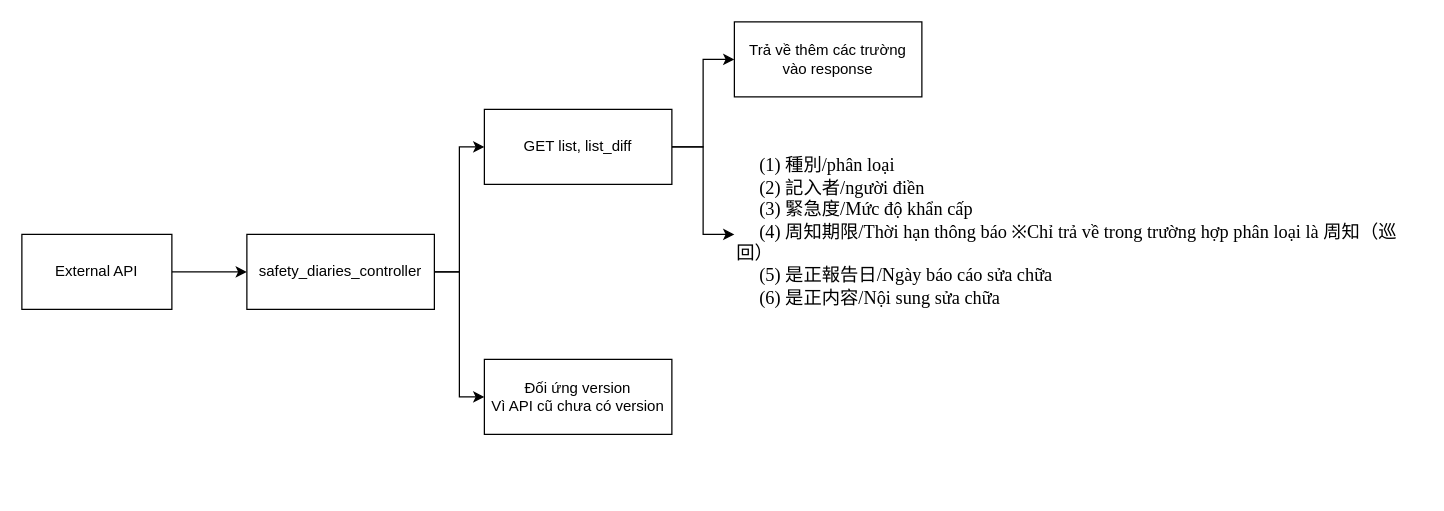
hoangpn256/diagram keeps this draw.io diagram as page "A-965" (3 of 10) of Spec tháng 7.drawio. Above is the earlier version. Source tidied: cells renumbered, new cells numbered last; positions are measured from the earlier drawing's top-left corner, leaving out a move shared by most shapes. Both pictures are drawn from the tidied source at 125%, with x=0, y=0 at pixel (21, 21).
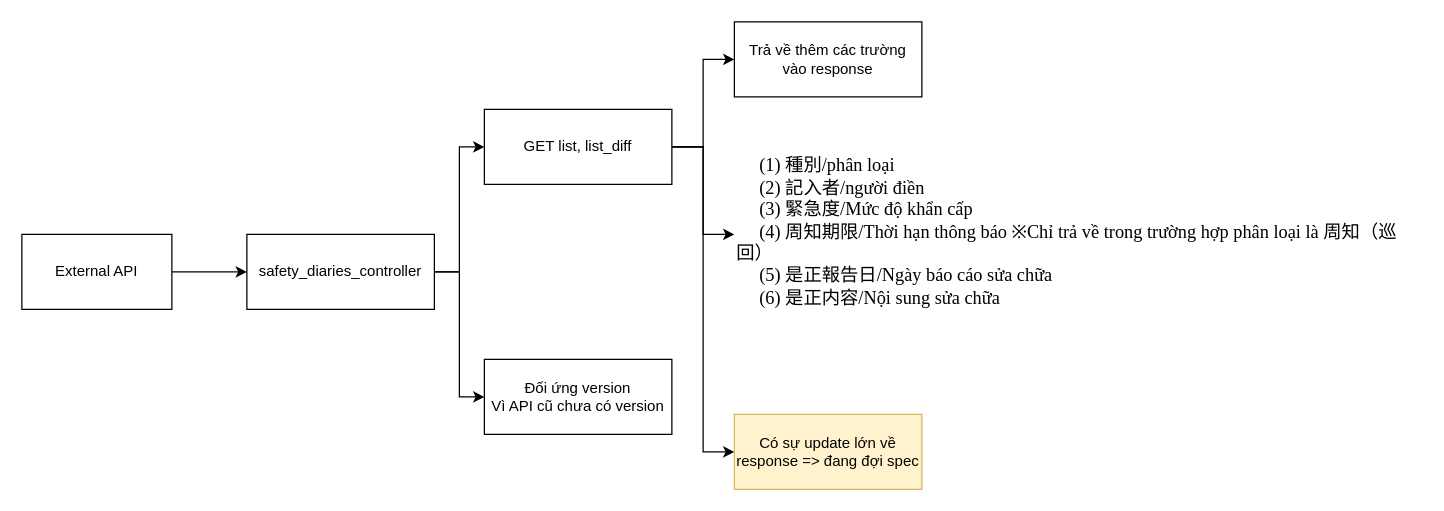
The same page after the edit.

Change to the diagram source:
```diff
@@
 <mxGraphModel>
   <root>
     <mxCell id="0" />
     <mxCell id="1" parent="0" />
     <mxCell id="2" style="edgeStyle=orthogonalEdgeStyle;rounded=0;jettySize=auto;html=1;exitX=1;exitY=0.5;exitDx=0;exitDy=0;entryX=0;entryY=0.5;entryDx=0;entryDy=0;" parent="1" edge="1" source="3" target="6">
       <mxGeometry relative="1" as="geometry" />
     </mxCell>
     <mxCell id="3" value="External API" style="rounded=0;whiteSpace=wrap;html=1;" parent="1" vertex="1">
       <mxGeometry y="170" width="120" height="60" as="geometry" />
     </mxCell>
     <mxCell id="4" style="edgeStyle=orthogonalEdgeStyle;rounded=0;jettySize=auto;html=1;exitX=1;exitY=0.5;exitDx=0;exitDy=0;entryX=0;entryY=0.5;entryDx=0;entryDy=0;" parent="1" edge="1" source="6" target="9">
       <mxGeometry relative="1" as="geometry" />
     </mxCell>
     <mxCell id="5" style="edgeStyle=orthogonalEdgeStyle;rounded=0;jettySize=auto;html=1;exitX=1;exitY=0.5;exitDx=0;exitDy=0;entryX=0;entryY=0.5;entryDx=0;entryDy=0;" parent="1" edge="1" source="6" target="12">
       <mxGeometry relative="1" as="geometry" />
     </mxCell>
     <mxCell id="6" value="safety_diaries_controller" style="rounded=0;whiteSpace=wrap;html=1;" parent="1" vertex="1">
       <mxGeometry x="180" y="170" width="150" height="60" as="geometry" />
     </mxCell>
     <mxCell id="7" style="edgeStyle=orthogonalEdgeStyle;rounded=0;jettySize=auto;html=1;exitX=1;exitY=0.5;exitDx=0;exitDy=0;entryX=0;entryY=0.5;entryDx=0;entryDy=0;" parent="1" edge="1" source="9" target="10">
       <mxGeometry relative="1" as="geometry" />
     </mxCell>
     <mxCell id="8" style="edgeStyle=orthogonalEdgeStyle;rounded=0;jettySize=auto;html=1;exitX=1;exitY=0.5;exitDx=0;exitDy=0;entryX=0;entryY=0.5;entryDx=0;entryDy=0;" parent="1" edge="1" source="9" target="11">
       <mxGeometry relative="1" as="geometry" />
     </mxCell>
+    <mxCell id="13" style="edgeStyle=orthogonalEdgeStyle;rounded=0;jettySize=auto;html=1;exitX=1;exitY=0.5;exitDx=0;exitDy=0;entryX=0;entryY=0.5;entryDx=0;entryDy=0;" parent="1" edge="1" source="9" target="14">
+      <mxGeometry relative="1" as="geometry" />
+    </mxCell>
     <mxCell id="9" value="GET list, list_diff" style="rounded=0;whiteSpace=wrap;html=1;" parent="1" vertex="1">
       <mxGeometry x="370" y="70" width="150" height="60" as="geometry" />
     </mxCell>
     <mxCell id="10" value="Trả về thêm các trường vào response" style="rounded=0;whiteSpace=wrap;html=1;" parent="1" vertex="1">
       <mxGeometry x="570" width="150" height="60" as="geometry" />
     </mxCell>
     <mxCell id="11" value="&lt;div style=&quot;color: rgb(0, 0, 0); font-family: &amp;quot;Times New Roman&amp;quot;; font-size: 14.6667px; font-style: normal; font-variant-ligatures: normal; font-variant-caps: normal; font-weight: 400; letter-spacing: normal; orphans: 2; text-align: start; text-indent: 0px; text-transform: none; widows: 2; word-spacing: 0px; -webkit-text-stroke-width: 0px; background-color: rgb(255, 255, 255); text-decoration-thickness: initial; text-decoration-style: initial; text-decoration-color: initial;&quot; class=&quot;ewa-rteLine&quot;&gt;　 (1) 種別/phân loại&lt;/div&gt;&lt;div style=&quot;color: rgb(0, 0, 0); font-family: &amp;quot;Times New Roman&amp;quot;; font-size: 14.6667px; font-style: normal; font-variant-ligatures: normal; font-variant-caps: normal; font-weight: 400; letter-spacing: normal; orphans: 2; text-align: start; text-indent: 0px; text-transform: none; widows: 2; word-spacing: 0px; -webkit-text-stroke-width: 0px; background-color: rgb(255, 255, 255); text-decoration-thickness: initial; text-decoration-style: initial; text-decoration-color: initial;&quot; class=&quot;ewa-rteLine&quot;&gt;　 (2) 記入者/người điền&lt;/div&gt;&lt;div style=&quot;color: rgb(0, 0, 0); font-family: &amp;quot;Times New Roman&amp;quot;; font-size: 14.6667px; font-style: normal; font-variant-ligatures: normal; font-variant-caps: normal; font-weight: 400; letter-spacing: normal; orphans: 2; text-align: start; text-indent: 0px; text-transform: none; widows: 2; word-spacing: 0px; -webkit-text-stroke-width: 0px; background-color: rgb(255, 255, 255); text-decoration-thickness: initial; text-decoration-style: initial; text-decoration-color: initial;&quot; class=&quot;ewa-rteLine&quot;&gt;　 (3) 緊急度/Mức độ khẩn cấp&lt;/div&gt;&lt;div style=&quot;color: rgb(0, 0, 0); font-family: &amp;quot;Times New Roman&amp;quot;; font-size: 14.6667px; font-style: normal; font-variant-ligatures: normal; font-variant-caps: normal; font-weight: 400; letter-spacing: normal; orphans: 2; text-align: start; text-indent: 0px; text-transform: none; widows: 2; word-spacing: 0px; -webkit-text-stroke-width: 0px; background-color: rgb(255, 255, 255); text-decoration-thickness: initial; text-decoration-style: initial; text-decoration-color: initial;&quot; class=&quot;ewa-rteLine&quot;&gt;　 (4) 周知期限/Thời hạn thông báo ※Chỉ trả về trong trường hợp phân loại là 周知（巡回）&lt;/div&gt;&lt;div style=&quot;color: rgb(0, 0, 0); font-family: &amp;quot;Times New Roman&amp;quot;; font-size: 14.6667px; font-style: normal; font-variant-ligatures: normal; font-variant-caps: normal; font-weight: 400; letter-spacing: normal; orphans: 2; text-align: start; text-indent: 0px; text-transform: none; widows: 2; word-spacing: 0px; -webkit-text-stroke-width: 0px; background-color: rgb(255, 255, 255); text-decoration-thickness: initial; text-decoration-style: initial; text-decoration-color: initial;&quot; class=&quot;ewa-rteLine&quot;&gt;　 (5) 是正報告日/Ngày báo cáo sửa chữa&lt;/div&gt;&lt;div style=&quot;color: rgb(0, 0, 0); font-family: &amp;quot;Times New Roman&amp;quot;; font-size: 14.6667px; font-style: normal; font-variant-ligatures: normal; font-variant-caps: normal; font-weight: 400; letter-spacing: normal; orphans: 2; text-align: start; text-indent: 0px; text-transform: none; widows: 2; word-spacing: 0px; -webkit-text-stroke-width: 0px; background-color: rgb(255, 255, 255); text-decoration-thickness: initial; text-decoration-style: initial; text-decoration-color: initial;&quot; class=&quot;ewa-rteLine&quot;&gt;　 (6) 是正内容/Nội sung sửa chữa&lt;/div&gt;" style="text;whiteSpace=wrap;html=1;" parent="1" vertex="1">
       <mxGeometry x="570" y="100" width="550" height="140" as="geometry" />
     </mxCell>
     <mxCell id="12" value="Đối ứng version&lt;br&gt;Vì API cũ chưa có version" style="rounded=0;whiteSpace=wrap;html=1;" parent="1" vertex="1">
       <mxGeometry x="370" y="270" width="150" height="60" as="geometry" />
     </mxCell>
+    <mxCell id="14" value="Có sự update lớn về response =&amp;gt; đang đợi spec" style="rounded=0;whiteSpace=wrap;html=1;fillColor=#fff2cc;strokeColor=#d6b656;" parent="1" vertex="1">
+      <mxGeometry x="570" y="314" width="150" height="60" as="geometry" />
+    </mxCell>
   </root>
 </mxGraphModel>
```
